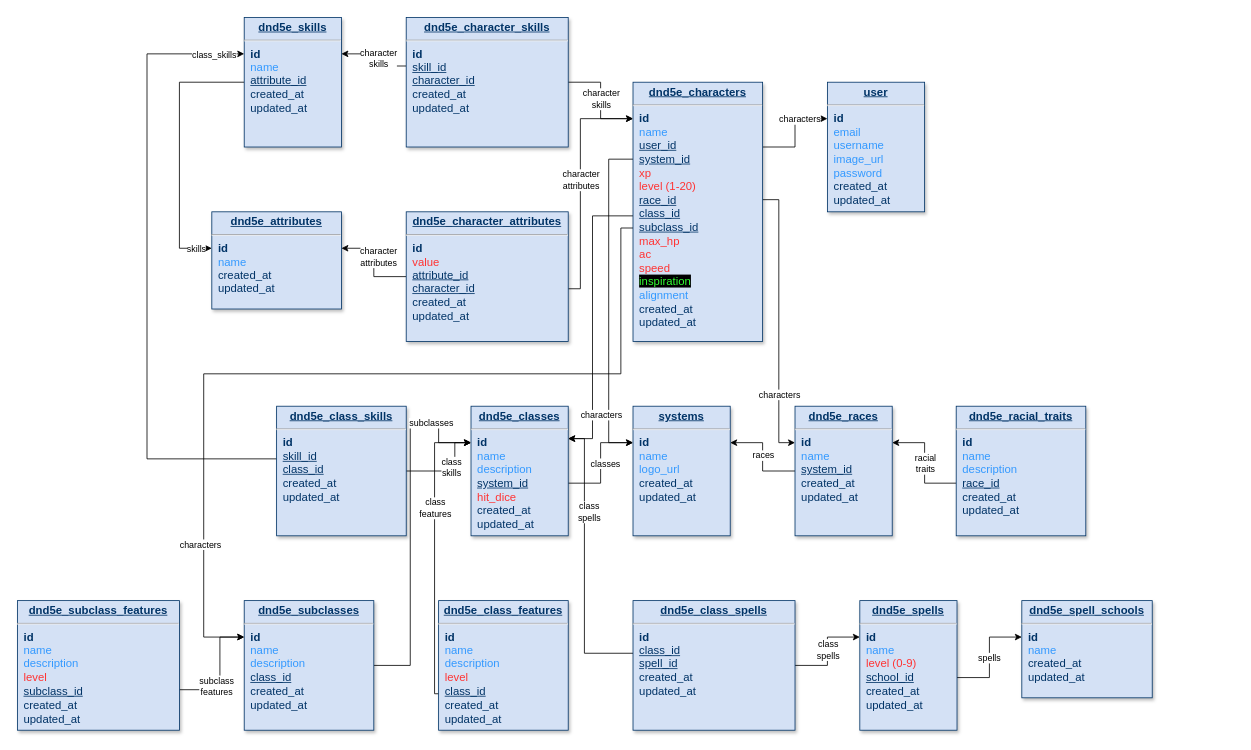
Earlier version of the draw.io diagram roll_n_play-back-end/diagram.drawio (RodrigoYujiKogaKuroda/roll_n_play). Source tidied: cells renumbered, new cells numbered last; positions are measured from the earlier drawing's top-left corner, leaving out a move shared by most shapes. Both pictures are drawn from the tidied source at 81%, with x=0, y=0 at pixel (17, 17).
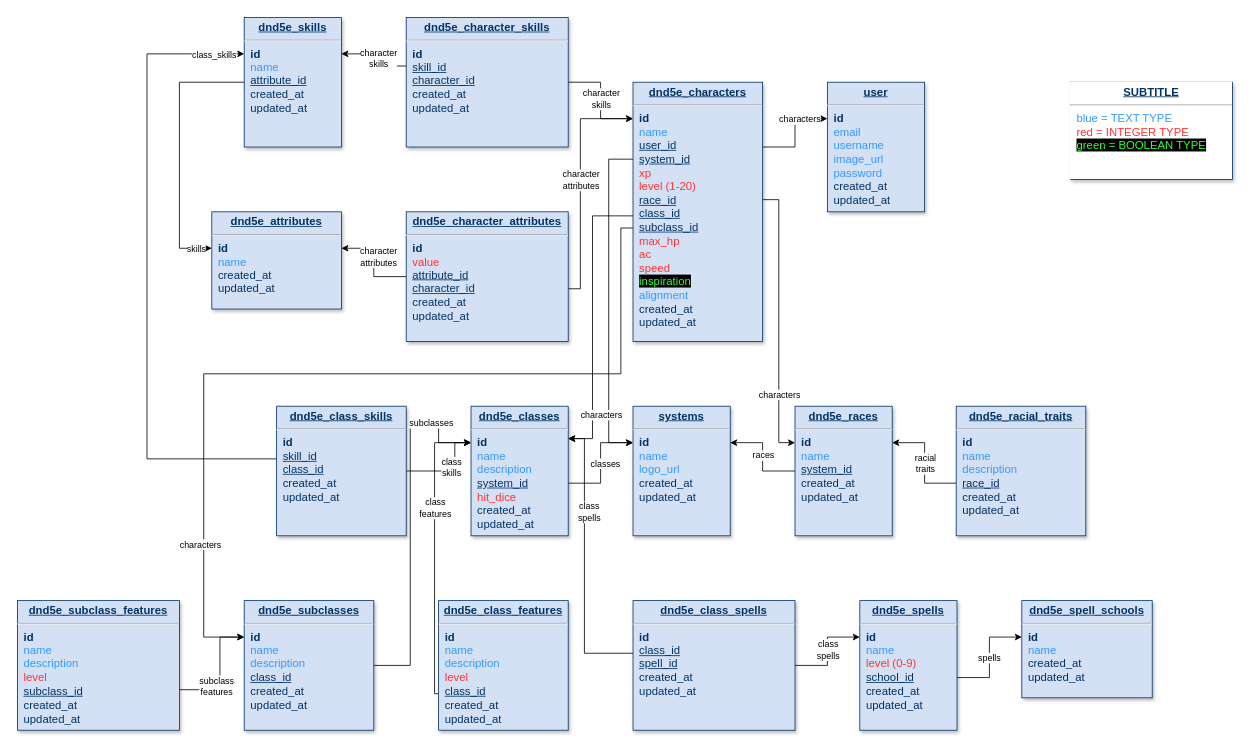
Above is the later version.

Commit message:
docs: add legend to diagram

Diff of the diagram source:
```diff
@@
+    <mxCell id="61" value="&lt;p style=&quot;margin: 4px 0px 0px; text-align: center; text-decoration: underline; font-size: 14px;&quot;&gt;&lt;strong style=&quot;&quot;&gt;&lt;font style=&quot;font-size: 14px;&quot;&gt;SUBTITLE&lt;/font&gt;&lt;/strong&gt;&lt;/p&gt;&lt;hr style=&quot;font-size: 14px;&quot;&gt;&lt;p style=&quot;margin: 0px 0px 0px 8px; font-size: 14px;&quot;&gt;&lt;span style=&quot;color: rgb(51, 153, 255);&quot;&gt;blue = TEXT TYPE&lt;/span&gt;&lt;br&gt;&lt;/p&gt;&lt;p style=&quot;margin: 0px 0px 0px 8px; font-size: 14px;&quot;&gt;&lt;font color=&quot;#ff3333&quot;&gt;red = INTEGER TYPE&lt;/font&gt;&lt;/p&gt;&lt;p style=&quot;margin: 0px 0px 0px 8px; font-size: 14px;&quot;&gt;&lt;font style=&quot;background-color: rgb(0, 0, 0);&quot; color=&quot;#33ff33&quot;&gt;green = BOOLEAN TYPE&lt;/font&gt;&lt;/p&gt;" style="verticalAlign=top;align=left;overflow=fill;fontSize=12;fontFamily=Helvetica;html=1;strokeColor=#003366;shadow=1;fillColor=#D4E1F5;fontColor=#003366;labelBackgroundColor=#FFFFFF;" parent="1" vertex="1">
+      <mxGeometry x="1300" y="80" width="200" height="120" as="geometry" />
+    </mxCell>
```
